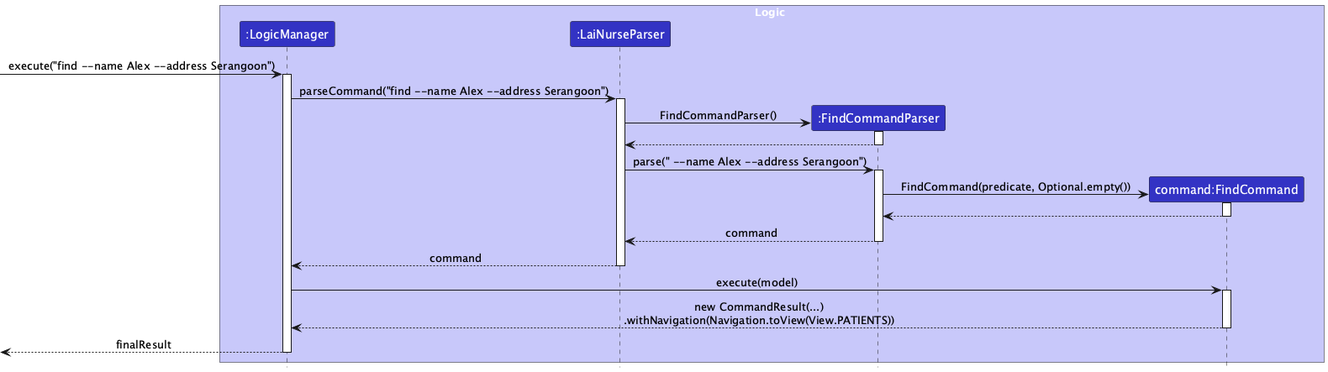
Before: docs/images/FindSequenceDiagram.png, a diagram exported from PlantUML (Bruhmiuz/teePee).
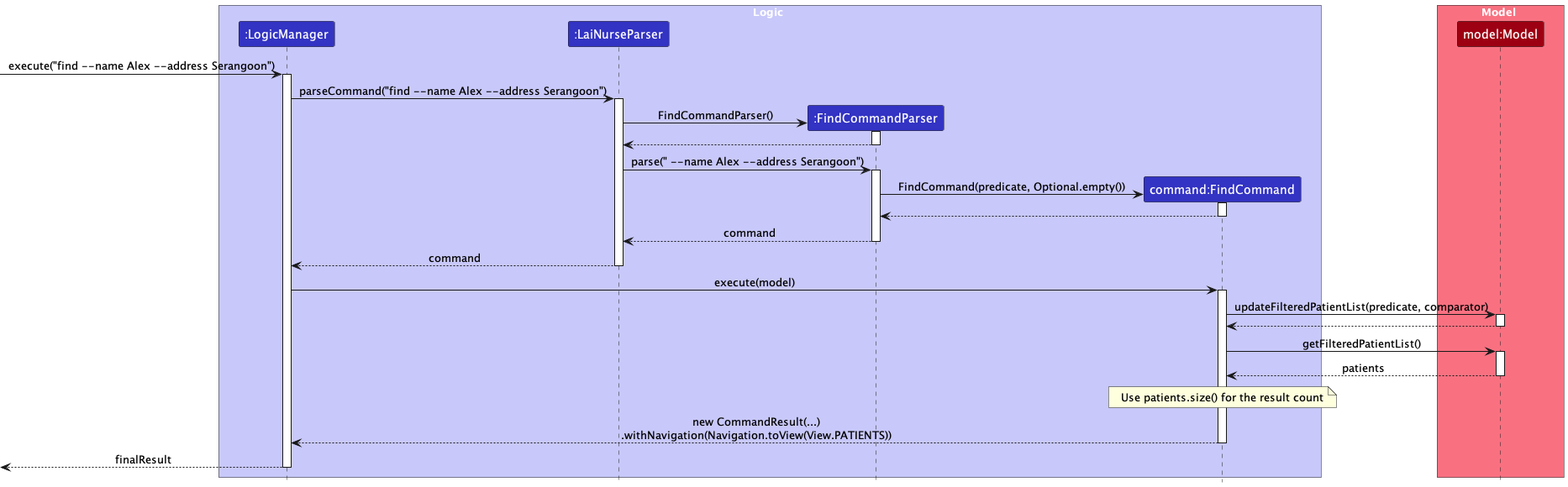
After the change.

Commit message:
Correct the Find sequence diagram

Diff of the diagram source:
```diff
@@ -7,6 +7,10 @@
 participant ":LaiNurseParser" as LaiNurseParser LOGIC_COLOR
 participant ":FindCommandParser" as FindCommandParser LOGIC_COLOR
 participant "command:FindCommand" as FindCommand LOGIC_COLOR
+end box
+
+box Model MODEL_COLOR_T1
+participant "model:Model" as Model MODEL_COLOR
 end box
 
 [-> LogicManager : execute("find ~--name Alex ~--address Serangoon")
@@ -41,6 +45,20 @@
 LogicManager -> FindCommand : execute(model)
 activate FindCommand
 
+FindCommand -> Model : updateFilteredPatientList(predicate, comparator)
+activate Model
+
+Model --> FindCommand
+deactivate Model
+
+FindCommand -> Model : getFilteredPatientList()
+activate Model
+
+Model --> FindCommand : patients
+deactivate Model
+
+note over FindCommand : Use patients.size() for the result count
+
 FindCommand --> LogicManager : new CommandResult(...)\n.withNavigation(Navigation.toView(View.PATIENTS))
 deactivate FindCommand
 
```
